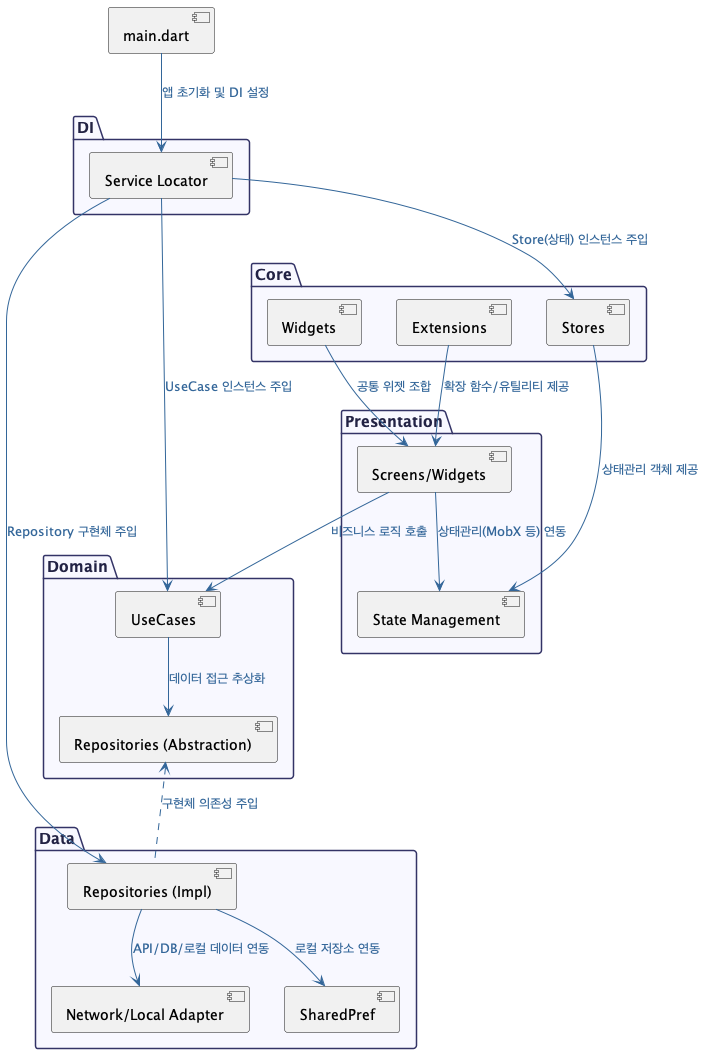
Earlier version of the PlantUML export docs/images/app/architecture_component.png (aw-birdgang/saiondo). Source of this version:
```plantuml
@startuml
skinparam package {
  BackgroundColor #F8F8FF
  BorderColor #333366
  FontColor #222244
  FontSize 15
}
skinparam rectangle {
  BackgroundColor #F0F8FF
  BorderColor #333366
  FontColor #222244
}
skinparam ArrowColor #336699
skinparam ArrowFontColor #336699
skinparam ArrowFontSize 13

package "Presentation" {
  [Screens/Widgets]
  [State Management]
}
package "Domain" {
  [UseCases]
  [Repositories (Abstraction)]
}
package "Data" {
  [Repositories (Impl)]
  [Network/Local Adapter]
  [SharedPref]
}
package "Core" {
  [Stores]
  [Widgets]
  [Extensions]
}
package "DI" {
  [Service Locator]
}

[main.dart] --> [Service Locator] : "앱 초기화 및 DI 설정"
[Service Locator] --> [Repositories (Impl)] : "Repository 구현체 주입"
[Service Locator] --> [UseCases] : "UseCase 인스턴스 주입"
[Service Locator] --> [Stores] : "Store(상태) 인스턴스 주입"

[Screens/Widgets] --> [State Management] : "상태관리(MobX 등) 연동"
[Screens/Widgets] --> [UseCases] : "비즈니스 로직 호출"
[UseCases] --> [Repositories (Abstraction)] : "데이터 접근 추상화"
[Repositories (Abstraction)] <.. [Repositories (Impl)] : "구현체 의존성 주입"
[Repositories (Impl)] --> [Network/Local Adapter] : "API/DB/로컬 데이터 연동"
[Repositories (Impl)] --> [SharedPref] : "로컬 저장소 연동"

[Stores] --> [State Management] : "상태관리 객체 제공"
[Widgets] --> [Screens/Widgets] : "공통 위젯 조합"
[Extensions] --> [Screens/Widgets] : "확장 함수/유틸리티 제공"
@enduml
```
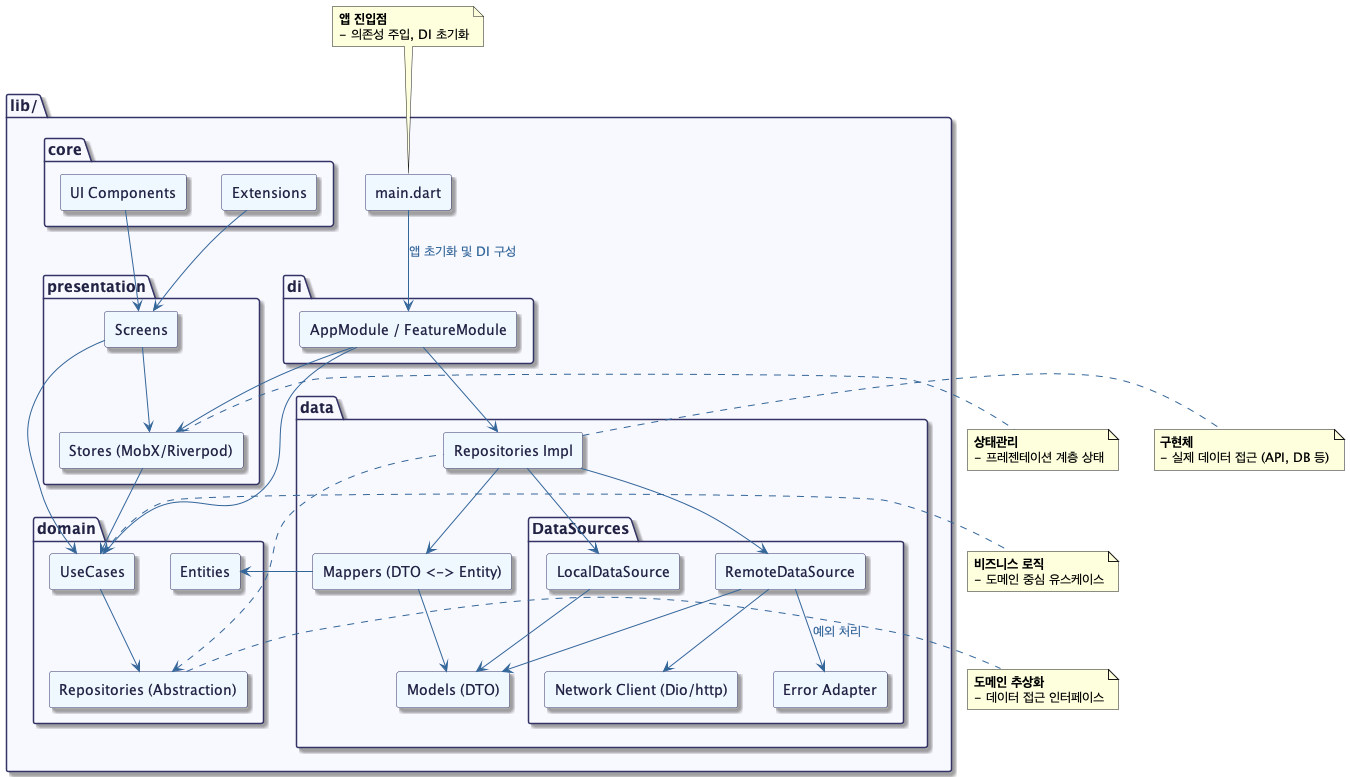
The same file after the commit.

What changed in the source:
```diff
@@ -4,51 +4,108 @@
   BorderColor #333366
   FontColor #222244
   FontSize 15
+  Shadowing true
 }
 skinparam rectangle {
   BackgroundColor #F0F8FF
   BorderColor #333366
   FontColor #222244
+  Shadowing true
 }
 skinparam ArrowColor #336699
 skinparam ArrowFontColor #336699
 skinparam ArrowFontSize 13
 
-package "Presentation" {
-  [Screens/Widgets]
-  [State Management]
-}
-package "Domain" {
-  [UseCases]
-  [Repositories (Abstraction)]
-}
-package "Data" {
-  [Repositories (Impl)]
-  [Network/Local Adapter]
-  [SharedPref]
-}
-package "Core" {
-  [Stores]
-  [Widgets]
-  [Extensions]
-}
-package "DI" {
-  [Service Locator]
+
+package "lib/" {
+
+  rectangle "main.dart" as main
+
+  package "core" {
+    rectangle "Extensions"
+    rectangle "UI Components"
+  }
+
+  package "data" {
+    rectangle "Repositories Impl"
+    package "DataSources" {
+      rectangle "RemoteDataSource"
+      rectangle "LocalDataSource"
+      rectangle "Error Adapter"
+      rectangle "Network Client (Dio/http)"
+    }
+    rectangle "Models (DTO)"
+    rectangle "Mappers (DTO <-> Entity)"
+  }
+
+  package "domain" {
+    rectangle "UseCases"
+    rectangle "Repositories (Abstraction)"
+    rectangle "Entities"
+  }
+
+  package "presentation" {
+    rectangle "Screens"
+    rectangle "Stores (MobX/Riverpod)"
+  }
+
+  package "di" {
+    rectangle "AppModule / FeatureModule"
+  }
 }
 
-[main.dart] --> [Service Locator] : "앱 초기화 및 DI 설정"
-[Service Locator] --> [Repositories (Impl)] : "Repository 구현체 주입"
-[Service Locator] --> [UseCases] : "UseCase 인스턴스 주입"
-[Service Locator] --> [Stores] : "Store(상태) 인스턴스 주입"
 
-[Screens/Widgets] --> [State Management] : "상태관리(MobX 등) 연동"
-[Screens/Widgets] --> [UseCases] : "비즈니스 로직 호출"
-[UseCases] --> [Repositories (Abstraction)] : "데이터 접근 추상화"
-[Repositories (Abstraction)] <.. [Repositories (Impl)] : "구현체 의존성 주입"
-[Repositories (Impl)] --> [Network/Local Adapter] : "API/DB/로컬 데이터 연동"
-[Repositories (Impl)] --> [SharedPref] : "로컬 저장소 연동"
+main --> "AppModule / FeatureModule" : "앱 초기화 및 DI 구성"
+"AppModule / FeatureModule" --> "Repositories Impl"
+"AppModule / FeatureModule" --> "UseCases"
+"AppModule / FeatureModule" --> "Stores (MobX/Riverpod)"
 
-[Stores] --> [State Management] : "상태관리 객체 제공"
-[Widgets] --> [Screens/Widgets] : "공통 위젯 조합"
-[Extensions] --> [Screens/Widgets] : "확장 함수/유틸리티 제공"
+"Screens" --> "Stores (MobX/Riverpod)"
+"Screens" --> "UseCases"
+"Stores (MobX/Riverpod)" --> "UseCases"
+
+"UseCases" --> "Repositories (Abstraction)"
+"Repositories (Abstraction)" <.. "Repositories Impl"
+
+"Repositories Impl" --> "RemoteDataSource"
+"Repositories Impl" --> "LocalDataSource"
+"Repositories Impl" --> "Mappers (DTO <-> Entity)"
+
+"RemoteDataSource" --> "Network Client (Dio/http)"
+"RemoteDataSource" --> "Error Adapter" : "예외 처리"
+"RemoteDataSource" --> "Models (DTO)"
+
+"LocalDataSource" --> "Models (DTO)"
+
+"Mappers (DTO <-> Entity)" --> "Models (DTO)"
+"Mappers (DTO <-> Entity)" --> "Entities"
+
+"UI Components" --> "Screens"
+"Extensions" --> "Screens"
+
+note top of main
+  <b>앱 진입점</b>
+  - 의존성 주입, DI 초기화
+end note
+
+note right of "UseCases"
+  <b>비즈니스 로직</b>
+  - 도메인 중심 유스케이스
+end note
+
+note right of "Repositories (Abstraction)"
+  <b>도메인 추상화</b>
+  - 데이터 접근 인터페이스
+end note
+
+note right of "Repositories Impl"
+  <b>구현체</b>
+  - 실제 데이터 접근 (API, DB 등)
+end note
+
+note right of "Stores (MobX/Riverpod)"
+  <b>상태관리</b>
+  - 프레젠테이션 계층 상태
+end note
+
 @enduml
```
